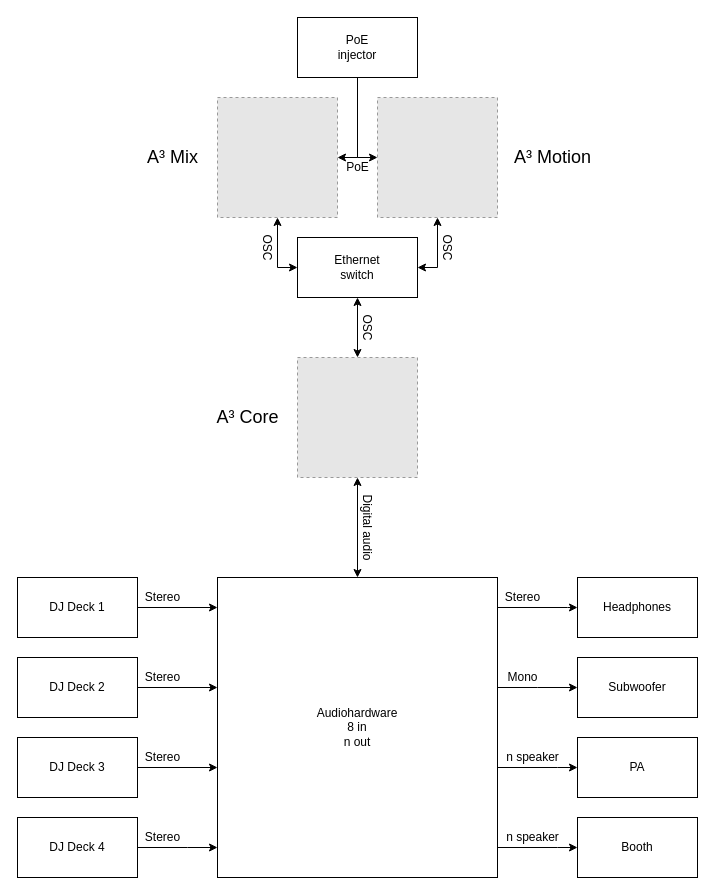
This is drawio/a3_systen_symbol_signalflow.drawio from a3-audio/a3-doc, a draw.io file, before an edit. Source tidied: cells renumbered, new cells numbered last; positions are measured from the earlier drawing's top-left corner, leaving out a move shared by most shapes. Both pictures are drawn from the tidied source at 100%, with x=0, y=0 at pixel (17, 17). Pictures stored in the file or linked from it are replaced by grey dashed boxes.
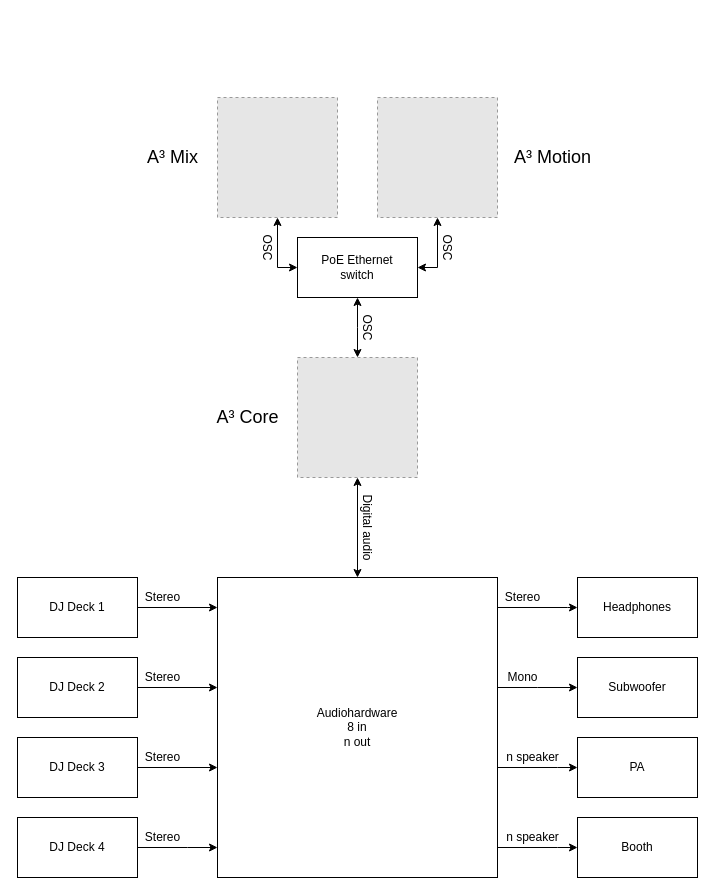
The same diagram, later.

Commit message (it also covers changes not shown here):
correct signalflow

The edit, as a diff of the source:
```diff
@@
-    <mxCell id="27" value="&lt;div&gt;Ethernet&lt;/div&gt;&lt;div&gt;switch&lt;/div&gt;" style="rounded=0;whiteSpace=wrap;html=1;" parent="1" vertex="1">
+    <mxCell id="27" value="&lt;div&gt;PoE Ethernet&lt;/div&gt;&lt;div&gt;switch&lt;/div&gt;" style="rounded=0;whiteSpace=wrap;html=1;" parent="1" vertex="1">
       <mxGeometry x="280" y="220" width="120" height="60" as="geometry" />
     </mxCell>
-    <mxCell id="28" style="edgeStyle=orthogonalEdgeStyle;rounded=0;jettySize=auto;html=1;" parent="1" edge="1" source="30">
-      <mxGeometry relative="1" as="geometry">
-        <mxPoint x="360" y="140" as="targetPoint" />
-        <Array as="points">
-          <mxPoint x="340" y="140" />
-        </Array>
-      </mxGeometry>
-    </mxCell>
-    <mxCell id="29" style="edgeStyle=orthogonalEdgeStyle;rounded=0;jettySize=auto;html=1;" parent="1" edge="1" source="30">
-      <mxGeometry relative="1" as="geometry">
-        <mxPoint x="320" y="140" as="targetPoint" />
-        <Array as="points">
-          <mxPoint x="340" y="140" />
-        </Array>
-      </mxGeometry>
-    </mxCell>
-    <mxCell id="30" value="&lt;div&gt;PoE&lt;/div&gt;&lt;div&gt;injector&lt;br&gt;&lt;/div&gt;" style="rounded=0;whiteSpace=wrap;html=1;" parent="1" vertex="1">
-      <mxGeometry x="280" width="120" height="60" as="geometry" />
-    </mxCell>
@@
     <mxCell id="33" style="endArrow=classic;startArrow=classic;html=1;rounded=0;" parent="1" edge="1" target="27">
       <mxGeometry relative="1" as="geometry">
         <mxPoint x="340" y="340" as="sourcePoint" />
+        <Array as="points">
+          <mxPoint x="340" y="310" />
+        </Array>
       </mxGeometry>
     </mxCell>
-    <mxCell id="34" value="PoE" style="text;html=1;align=center;verticalAlign=middle;strokeColor=none;fillColor=none;" parent="1" vertex="1">
-      <mxGeometry x="320" y="140" width="40" height="20" as="geometry" />
-    </mxCell>
```
